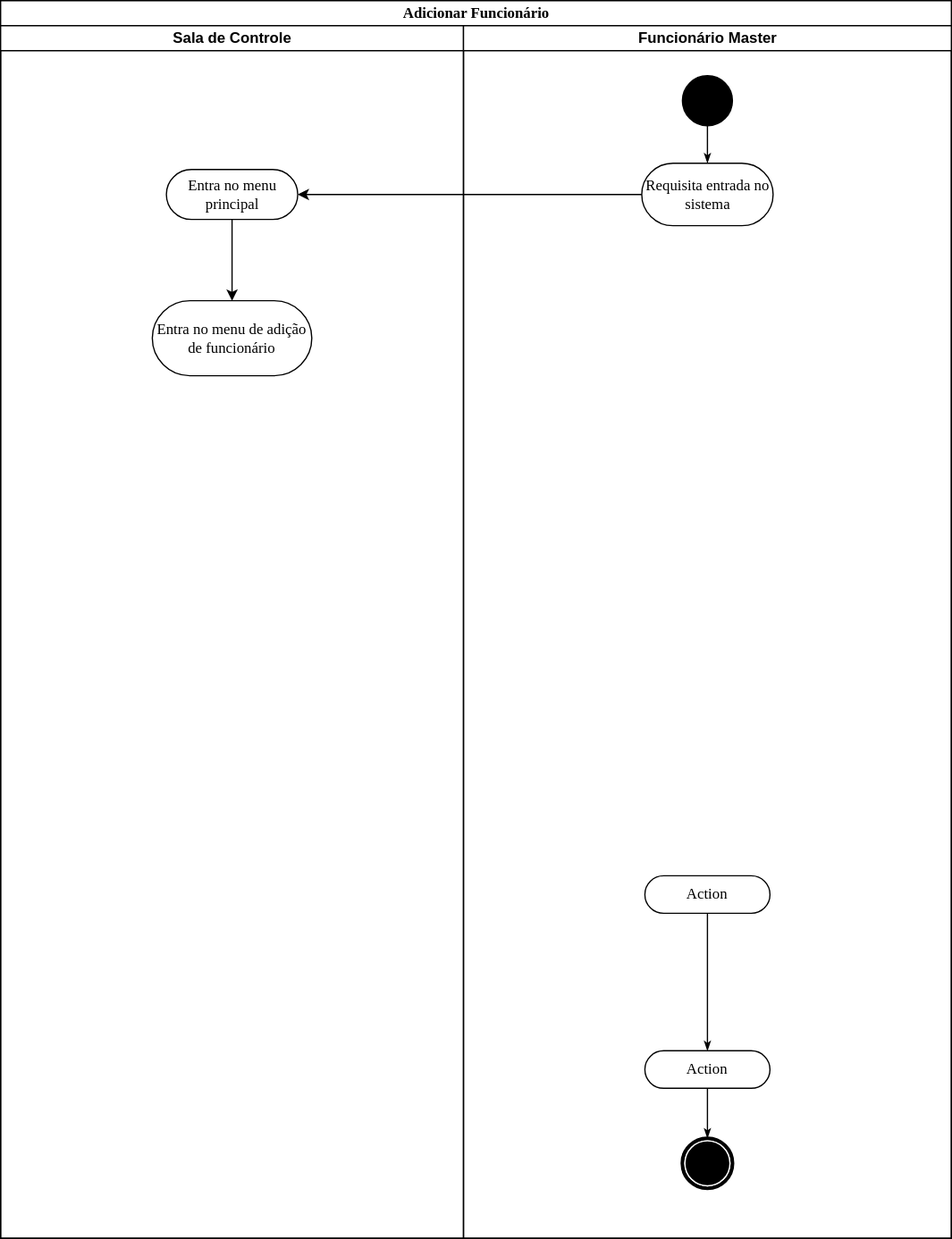
wholocked1/Projeto-2-modelagem keeps this draw.io diagram as Diagrama-Atividades/Adicionar_Funcionario.svg. Above is the earlier version. Source tidied: cells renumbered, new cells last; positions are measured from the earlier drawing's top-left corner, leaving out a move shared by most shapes.
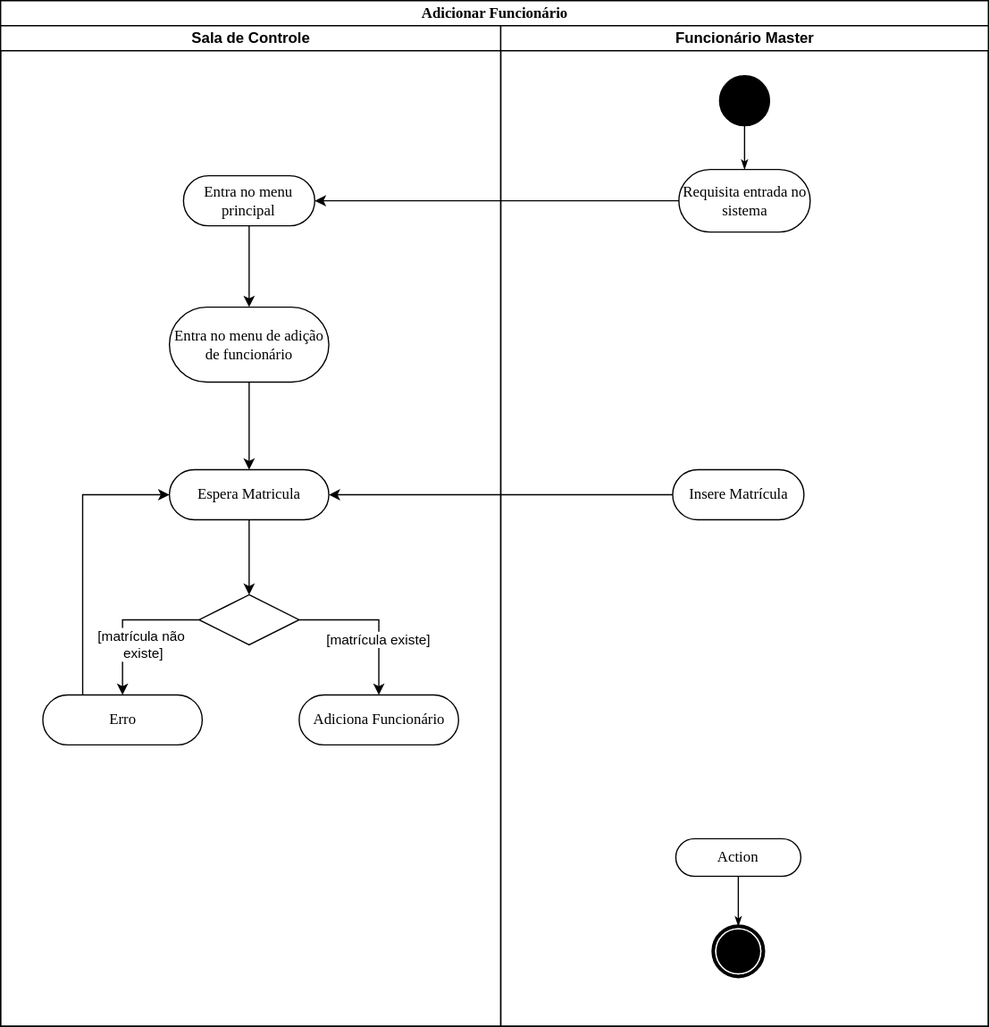
After the commit.

The edit, as a diff of the source:
```diff
@@ -3,22 +3,57 @@
     <mxCell id="0" />
     <mxCell id="1" parent="0" />
     <mxCell id="2" value="Adicionar Funcionário" style="swimlane;html=1;startSize=20;rounded=0;shadow=0;comic=0;labelBackgroundColor=none;strokeWidth=1;fontFamily=Verdana;fontSize=12;align=center;" parent="1" vertex="1">
-      <mxGeometry width="760" height="990" as="geometry" />
+      <mxGeometry width="790" height="820" as="geometry" />
     </mxCell>
     <mxCell id="3" value="Sala de Controle" style="swimlane;html=1;startSize=20;" parent="2" vertex="1">
-      <mxGeometry y="20" width="370" height="970" as="geometry" />
+      <mxGeometry y="20" width="400" height="800" as="geometry" />
     </mxCell>
     <mxCell id="4" style="edgeStyle=orthogonalEdgeStyle;rounded=0;jettySize=auto;html=1;exitX=0.5;exitY=1;exitDx=0;exitDy=0;entryX=0.5;entryY=0;entryDx=0;entryDy=0;" parent="3" edge="1" source="5" target="6">
       <mxGeometry relative="1" as="geometry" />
     </mxCell>
     <mxCell id="5" value="Entra no menu principal" style="rounded=1;whiteSpace=wrap;html=1;shadow=0;comic=0;labelBackgroundColor=none;strokeWidth=1;fontFamily=Verdana;fontSize=12;align=center;arcSize=50;" parent="3" vertex="1">
-      <mxGeometry x="132.5" y="115" width="105" height="40" as="geometry" />
+      <mxGeometry x="146.2" y="120" width="105" height="40" as="geometry" />
     </mxCell>
+    <mxCell id="17" style="edgeStyle=orthogonalEdgeStyle;rounded=0;jettySize=auto;html=1;exitX=0.5;exitY=1;exitDx=0;exitDy=0;entryX=0.5;entryY=0;entryDx=0;entryDy=0;" parent="3" edge="1" source="6" target="19">
+      <mxGeometry relative="1" as="geometry" />
+    </mxCell>
     <mxCell id="6" value="Entra no menu de adição de funcionário" style="rounded=1;whiteSpace=wrap;html=1;shadow=0;comic=0;labelBackgroundColor=none;strokeWidth=1;fontFamily=Verdana;fontSize=12;align=center;arcSize=50;" parent="3" vertex="1">
-      <mxGeometry x="121.2" y="220" width="127.5" height="60" as="geometry" />
+      <mxGeometry x="135" y="225" width="127.5" height="60" as="geometry" />
     </mxCell>
+    <mxCell id="18" style="edgeStyle=orthogonalEdgeStyle;rounded=0;jettySize=auto;html=1;exitX=0.5;exitY=1;exitDx=0;exitDy=0;entryX=0.5;entryY=0;entryDx=0;entryDy=0;" parent="3" edge="1" source="19" target="24">
+      <mxGeometry relative="1" as="geometry" />
+    </mxCell>
+    <mxCell id="19" value="Espera Matricula" style="rounded=1;whiteSpace=wrap;html=1;shadow=0;comic=0;labelBackgroundColor=none;strokeWidth=1;fontFamily=Verdana;fontSize=12;align=center;arcSize=50;" parent="3" vertex="1">
+      <mxGeometry x="135" y="355" width="127.5" height="40" as="geometry" />
+    </mxCell>
+    <mxCell id="20" style="edgeStyle=orthogonalEdgeStyle;rounded=0;jettySize=auto;html=1;exitX=1;exitY=0.5;exitDx=0;exitDy=0;entryX=0.5;entryY=0;entryDx=0;entryDy=0;" parent="3" edge="1" source="24" target="27">
+      <mxGeometry relative="1" as="geometry" />
+    </mxCell>
+    <mxCell id="21" value="[matrícula existe]" style="edgeLabel;html=1;align=center;verticalAlign=middle;" parent="20" vertex="1">
+      <mxGeometry x="0.28" y="-1" relative="1" as="geometry" />
+    </mxCell>
+    <mxCell id="22" style="edgeStyle=orthogonalEdgeStyle;rounded=0;jettySize=auto;html=1;exitX=0;exitY=0.5;exitDx=0;exitDy=0;entryX=0.5;entryY=0;entryDx=0;entryDy=0;" parent="3" edge="1" source="24" target="26">
+      <mxGeometry relative="1" as="geometry" />
+    </mxCell>
+    <mxCell id="23" value="[matrícula não&amp;nbsp;&lt;div&gt;existe]&lt;/div&gt;" style="edgeLabel;html=1;align=center;verticalAlign=middle;" parent="22" vertex="1">
+      <mxGeometry x="0.28" y="-3" relative="1" as="geometry">
+        <mxPoint x="19" y="3" as="offset" />
+      </mxGeometry>
+    </mxCell>
+    <mxCell id="24" style="rhombus;whiteSpace=wrap;html=1;" parent="3" vertex="1">
+      <mxGeometry x="158.8" y="455" width="80" height="40" as="geometry" />
+    </mxCell>
+    <mxCell id="25" style="edgeStyle=orthogonalEdgeStyle;rounded=0;jettySize=auto;html=1;exitX=0.25;exitY=0;exitDx=0;exitDy=0;entryX=0;entryY=0.5;entryDx=0;entryDy=0;" parent="3" edge="1" source="26" target="19">
+      <mxGeometry relative="1" as="geometry" />
+    </mxCell>
+    <mxCell id="26" value="Erro" style="rounded=1;whiteSpace=wrap;html=1;shadow=0;comic=0;labelBackgroundColor=none;strokeWidth=1;fontFamily=Verdana;fontSize=12;align=center;arcSize=50;" parent="3" vertex="1">
+      <mxGeometry x="33.8" y="535" width="127.5" height="40" as="geometry" />
+    </mxCell>
+    <mxCell id="27" value="Adiciona Funcionário" style="rounded=1;whiteSpace=wrap;html=1;shadow=0;comic=0;labelBackgroundColor=none;strokeWidth=1;fontFamily=Verdana;fontSize=12;align=center;arcSize=50;" parent="3" vertex="1">
+      <mxGeometry x="238.8" y="535" width="127.5" height="40" as="geometry" />
+    </mxCell>
     <mxCell id="7" value="Funcionário Master" style="swimlane;html=1;startSize=20;" parent="2" vertex="1">
-      <mxGeometry x="370" y="20" width="390" height="970" as="geometry" />
+      <mxGeometry x="400" y="20" width="390" height="800" as="geometry" />
     </mxCell>
     <mxCell id="8" style="edgeStyle=orthogonalEdgeStyle;rounded=0;html=1;labelBackgroundColor=none;startArrow=none;startFill=0;startSize=5;endArrow=classicThin;endFill=1;endSize=5;jettySize=auto;strokeWidth=1;fontFamily=Verdana;fontSize=12;" parent="7" edge="1" source="9" target="10">
       <mxGeometry relative="1" as="geometry" />
@@ -27,25 +62,25 @@
       <mxGeometry x="175" y="40" width="40" height="40" as="geometry" />
     </mxCell>
     <mxCell id="10" value="Requisita entrada no sistema" style="rounded=1;whiteSpace=wrap;html=1;shadow=0;comic=0;labelBackgroundColor=none;strokeWidth=1;fontFamily=Verdana;fontSize=12;align=center;arcSize=50;" parent="7" vertex="1">
-      <mxGeometry x="142.5" y="110" width="105" height="50" as="geometry" />
+      <mxGeometry x="142.5" y="115" width="105" height="50" as="geometry" />
     </mxCell>
-    <mxCell id="11" style="edgeStyle=none;rounded=0;html=1;labelBackgroundColor=none;startArrow=none;startFill=0;startSize=5;endArrow=classicThin;endFill=1;endSize=5;jettySize=auto;strokeWidth=1;fontFamily=Verdana;fontSize=12;" parent="7" edge="1" source="12" target="14">
-      <mxGeometry relative="1" as="geometry" />
-    </mxCell>
-    <mxCell id="12" value="Action" style="rounded=1;whiteSpace=wrap;html=1;shadow=0;comic=0;labelBackgroundColor=none;strokeWidth=1;fontFamily=Verdana;fontSize=12;align=center;arcSize=50;" parent="7" vertex="1">
-      <mxGeometry x="145" y="680" width="100" height="30" as="geometry" />
-    </mxCell>
     <mxCell id="13" style="edgeStyle=none;rounded=0;html=1;labelBackgroundColor=none;startArrow=none;startFill=0;startSize=5;endArrow=classicThin;endFill=1;endSize=5;jettySize=auto;strokeWidth=1;fontFamily=Verdana;fontSize=12;" parent="7" edge="1" source="14" target="15">
       <mxGeometry relative="1" as="geometry" />
     </mxCell>
     <mxCell id="14" value="Action" style="rounded=1;whiteSpace=wrap;html=1;shadow=0;comic=0;labelBackgroundColor=none;strokeWidth=1;fontFamily=Verdana;fontSize=12;align=center;arcSize=50;" parent="7" vertex="1">
-      <mxGeometry x="145" y="820" width="100" height="30" as="geometry" />
+      <mxGeometry x="140" y="650" width="100" height="30" as="geometry" />
     </mxCell>
     <mxCell id="15" style="shape=mxgraph.bpmn.shape;html=1;verticalLabelPosition=bottom;labelBackgroundColor=#ffffff;verticalAlign=top;perimeter=ellipsePerimeter;outline=end;symbol=terminate;rounded=0;shadow=0;comic=0;strokeWidth=1;fontFamily=Verdana;fontSize=12;align=center;" parent="7" vertex="1">
-      <mxGeometry x="175" y="890" width="40" height="40" as="geometry" />
+      <mxGeometry x="170" y="720" width="40" height="40" as="geometry" />
     </mxCell>
+    <mxCell id="28" value="Insere Matrícula" style="rounded=1;whiteSpace=wrap;html=1;shadow=0;comic=0;labelBackgroundColor=none;strokeWidth=1;fontFamily=Verdana;fontSize=12;align=center;arcSize=50;" parent="7" vertex="1">
+      <mxGeometry x="137.5" y="355" width="105" height="40" as="geometry" />
+    </mxCell>
     <mxCell id="16" style="edgeStyle=orthogonalEdgeStyle;rounded=0;jettySize=auto;html=1;exitX=0;exitY=0.5;exitDx=0;exitDy=0;entryX=1;entryY=0.5;entryDx=0;entryDy=0;" parent="2" edge="1" source="10" target="5">
       <mxGeometry relative="1" as="geometry" />
     </mxCell>
+    <mxCell id="29" style="edgeStyle=orthogonalEdgeStyle;rounded=0;jettySize=auto;html=1;exitX=0;exitY=0.5;exitDx=0;exitDy=0;entryX=1;entryY=0.5;entryDx=0;entryDy=0;" parent="2" edge="1" source="28" target="19">
+      <mxGeometry relative="1" as="geometry" />
+    </mxCell>
   </root>
 </mxGraphModel>
```
